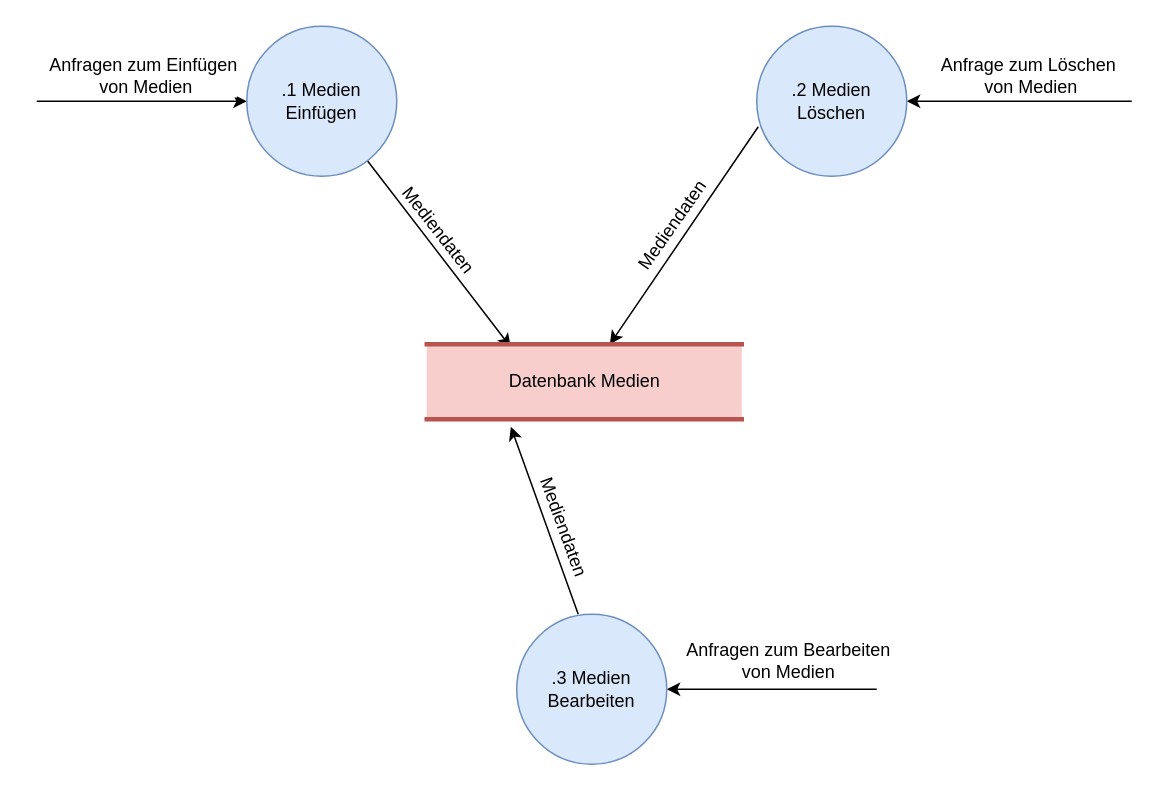
Above: 2_Ontologies/Strukturierte Analyse/DFDs/Level2/DFD_2_Einfuege_Loesche_Bearbeite_Medium.drawio in mostermann96/SWT2 (draw.io), before the change. Source tidied: cells renumbered, new cells numbered last; positions are measured from the earlier drawing's top-left corner, leaving out a move shared by most shapes. Both pictures are drawn from the tidied source at 150%, with x=0, y=0 at pixel (36, 26).
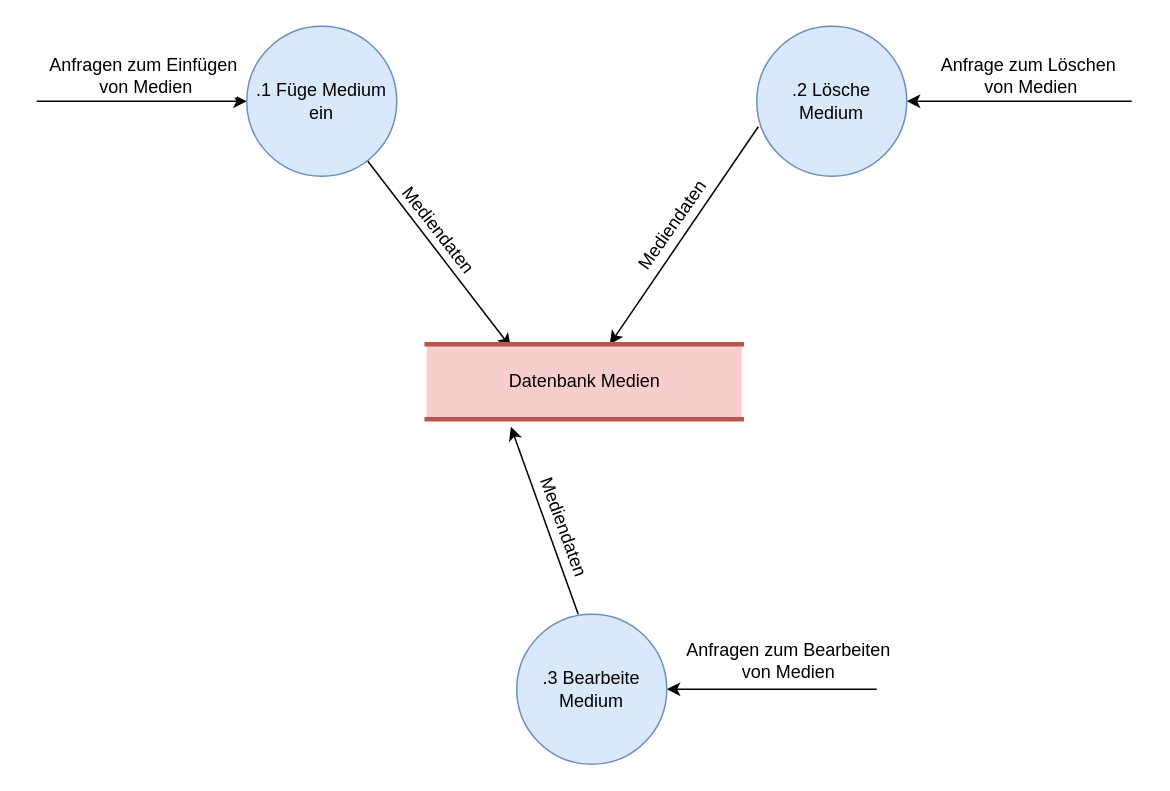
After the change.

Change to the diagram source:
```diff
@@
-    <mxCell id="6" value=".1 Medien Einfügen" style="ellipse;whiteSpace=wrap;html=1;fillColor=#dae8fc;strokeColor=#6c8ebf;strokeWidth=1;" parent="1" vertex="1">
+    <mxCell id="6" value=".1 Füge Medium ein" style="ellipse;whiteSpace=wrap;html=1;fillColor=#dae8fc;strokeColor=#6c8ebf;strokeWidth=1;" parent="1" vertex="1">
       <mxGeometry x="140" width="100" height="100" as="geometry" />
     </mxCell>
@@
-    <mxCell id="15" value=".2 Medien Löschen" style="ellipse;whiteSpace=wrap;html=1;fillColor=#dae8fc;strokeColor=#6c8ebf;strokeWidth=1;" parent="1" vertex="1">
+    <mxCell id="15" value=".2 Lösche Medium" style="ellipse;whiteSpace=wrap;html=1;fillColor=#dae8fc;strokeColor=#6c8ebf;strokeWidth=1;" parent="1" vertex="1">
       <mxGeometry x="480" width="100" height="100" as="geometry" />
     </mxCell>
@@
-    <mxCell id="18" value=".3 Medien Bearbeiten" style="ellipse;whiteSpace=wrap;html=1;fillColor=#dae8fc;strokeColor=#6c8ebf;strokeWidth=1;" parent="1" vertex="1">
+    <mxCell id="18" value=".3 Bearbeite Medium" style="ellipse;whiteSpace=wrap;html=1;fillColor=#dae8fc;strokeColor=#6c8ebf;strokeWidth=1;" parent="1" vertex="1">
       <mxGeometry x="320" y="392" width="100" height="100" as="geometry" />
     </mxCell>
```
